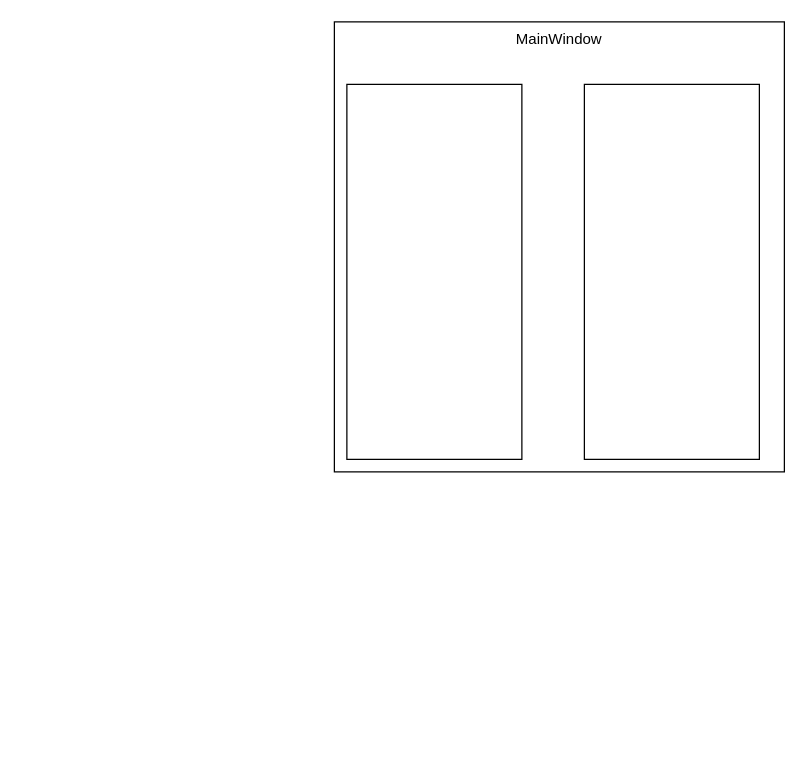
Earlier version of the draw.io diagram Untitled Diagram.drawio (Woodygoodenough/drawing). Source tidied: cells renumbered, new cells numbered last; positions are measured from the earlier drawing's top-left corner, leaving out a move shared by most shapes. Both pictures are drawn from the tidied source at 125%, with x=0, y=0 at pixel (334, 21).
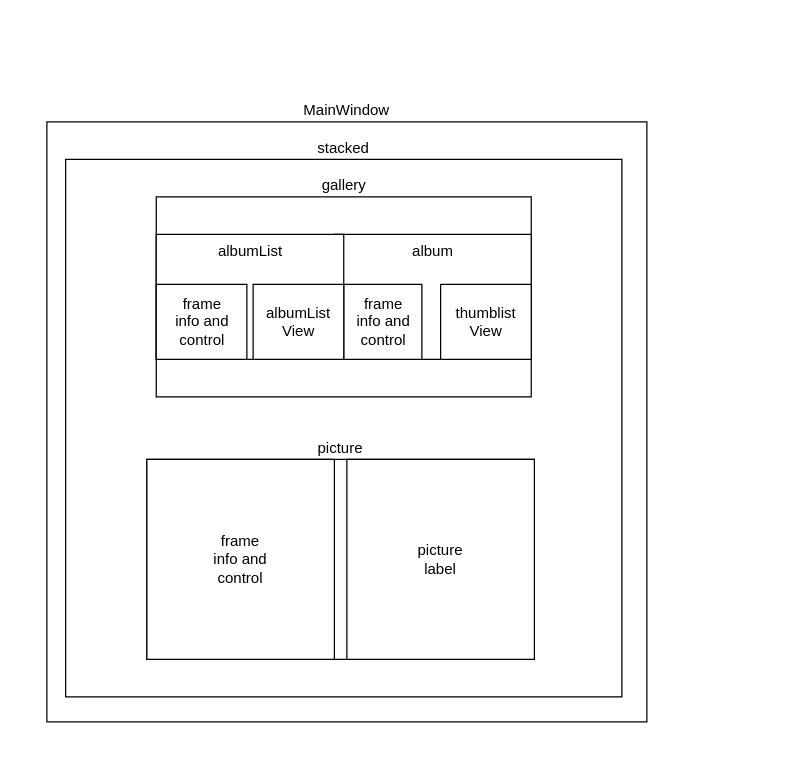
After the change.

What changed in the source:
```diff
@@
 <mxGraphModel>
   <root>
     <mxCell id="0" />
     <mxCell id="1" parent="0" />
+    <mxCell id="5" style="group;" parent="1" vertex="1">
+      <mxGeometry x="-250" y="60" width="520" height="520" as="geometry" />
+    </mxCell>
+    <mxCell id="6" value="MainWindow" style="rounded=0;whiteSpace=wrap;html=1;verticalAlign=bottom;labelPosition=center;verticalLabelPosition=top;align=center;" parent="5" vertex="1">
+      <mxGeometry x="20" y="20" width="480" height="480" as="geometry" />
+    </mxCell>
+    <mxCell id="7" value="stacked" style="rounded=0;whiteSpace=wrap;html=1;verticalAlign=bottom;labelPosition=center;verticalLabelPosition=top;align=center;" parent="5" vertex="1">
+      <mxGeometry x="35" y="50" width="445" height="430" as="geometry" />
+    </mxCell>
+    <mxCell id="8" value="gallery" style="rounded=0;whiteSpace=wrap;html=1;labelPosition=center;verticalLabelPosition=top;align=center;verticalAlign=bottom;" parent="5" vertex="1">
+      <mxGeometry x="107.5" y="80" width="300" height="160" as="geometry" />
+    </mxCell>
+    <mxCell id="9" value="album" style="rounded=0;whiteSpace=wrap;html=1;verticalAlign=top;" parent="5" vertex="1">
+      <mxGeometry x="250" y="110" width="157.5" height="100" as="geometry" />
+    </mxCell>
+    <mxCell id="10" value="picture" style="rounded=0;whiteSpace=wrap;html=1;horizontal=1;verticalAlign=bottom;labelPosition=center;verticalLabelPosition=top;align=center;" parent="5" vertex="1">
+      <mxGeometry x="100" y="290" width="310" height="160" as="geometry" />
+    </mxCell>
+    <mxCell id="11" value="picture&#10;label" style="rounded=0;whiteSpace=wrap;html=1;" parent="5" vertex="1">
+      <mxGeometry x="260" y="290" width="150" height="160" as="geometry" />
+    </mxCell>
+    <mxCell id="12" value="albumList" style="rounded=0;whiteSpace=wrap;html=1;verticalAlign=top;" parent="5" vertex="1">
+      <mxGeometry x="107.5" y="110" width="150" height="100" as="geometry" />
+    </mxCell>
+    <mxCell id="13" value="frame&#10;info and&#10;control" style="rounded=0;whiteSpace=wrap;html=1;" parent="5" vertex="1">
+      <mxGeometry x="107.5" y="150" width="72.5" height="60" as="geometry" />
+    </mxCell>
+    <mxCell id="14" value="frame&#10;info and&#10;control" style="rounded=0;whiteSpace=wrap;html=1;" parent="5" vertex="1">
+      <mxGeometry x="257.5" y="150" width="62.5" height="60" as="geometry" />
+    </mxCell>
-    <mxCell id="2" value="MainWindow" style="rounded=0;whiteSpace=wrap;html=1;verticalAlign=top;fillColor=#FFFFFF;shadow=0;" parent="1" vertex="1">
-      <mxGeometry width="360" height="360" as="geometry" />
+    <mxCell id="2" value="frame&#10;info and&#10;control" style="rounded=0;whiteSpace=wrap;html=1;" parent="5" vertex="1">
+      <mxGeometry x="100" y="290" width="150" height="160" as="geometry" />
     </mxCell>
+    <mxCell id="15" value="thumblist View" style="rounded=0;whiteSpace=wrap;html=1;" parent="5" vertex="1">
+      <mxGeometry x="335" y="150" width="72.5" height="60" as="geometry" />
+    </mxCell>
-    <mxCell id="3" style="rounded=0;whiteSpace=wrap;html=1;" parent="1" vertex="1">
-      <mxGeometry x="10" y="50" width="140" height="300" as="geometry" />
+    <mxCell id="3" value="albumList&lt;br&gt;View" style="rounded=0;whiteSpace=wrap;html=1;" parent="5" vertex="1">
+      <mxGeometry x="185" y="150" width="72.5" height="60" as="geometry" />
     </mxCell>
-    <mxCell id="4" style="rounded=0;whiteSpace=wrap;html=1;" parent="1" vertex="1">
-      <mxGeometry x="200" y="50" width="140" height="300" as="geometry" />
-    </mxCell>
   </root>
 </mxGraphModel>
```
